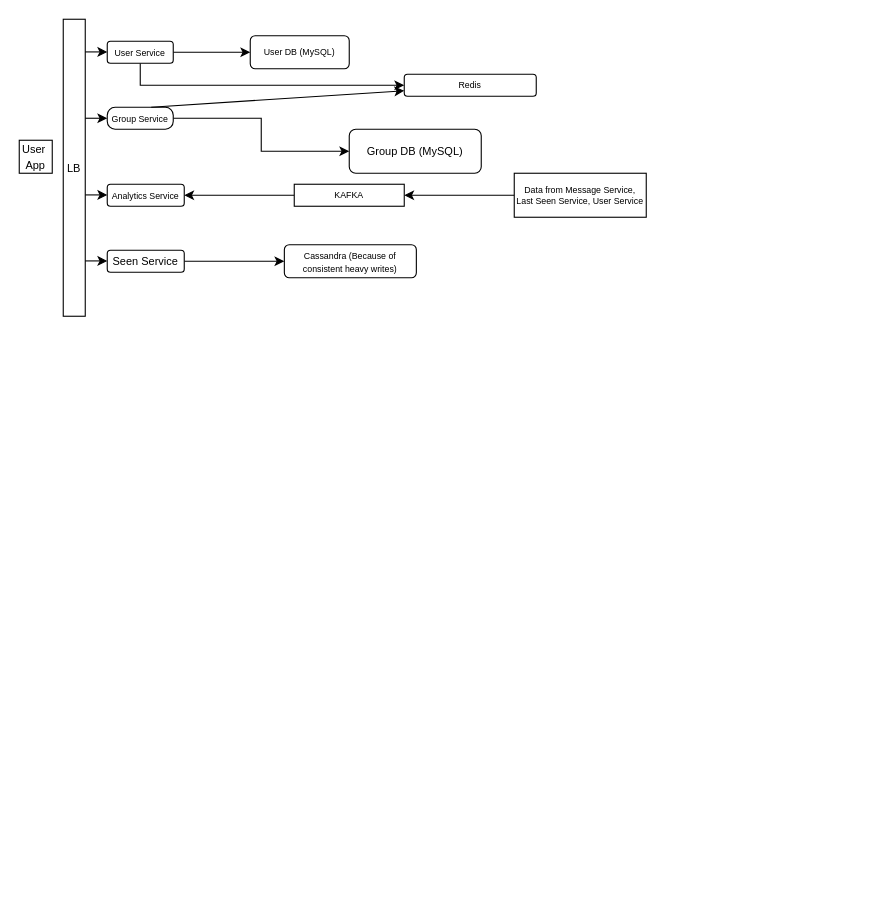
Earlier version of the draw.io diagram chat app.drawio (ItsAnkit/system-design). Source tidied: cells renumbered, new cells numbered last; positions are measured from the earlier drawing's top-left corner, leaving out a move shared by most shapes. Both pictures are drawn from the tidied source at 110%, with x=0, y=0 at pixel (19, 19).
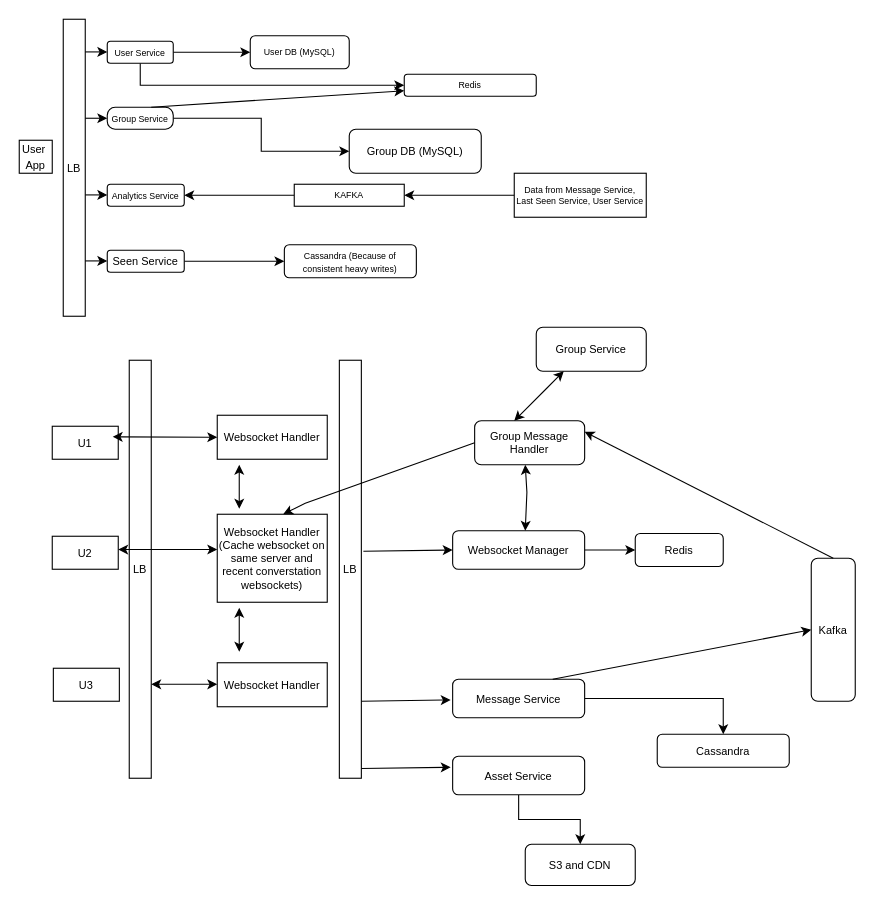
After the change.

Change to the diagram source:
```diff
@@
+    <mxCell id="25" value="&lt;font style=&quot;font-size: 10px&quot;&gt;U1&lt;/font&gt;" style="whiteSpace=wrap;html=1;fontSize=8;" parent="1" vertex="1">
+      <mxGeometry x="30" y="370" width="60" height="30" as="geometry" />
+    </mxCell>
+    <mxCell id="26" value="&lt;font style=&quot;font-size: 10px&quot;&gt;U2&lt;/font&gt;" style="whiteSpace=wrap;html=1;fontSize=8;" parent="1" vertex="1">
+      <mxGeometry x="30" y="470" width="60" height="30" as="geometry" />
+    </mxCell>
+    <mxCell id="27" value="&lt;font style=&quot;font-size: 10px&quot;&gt;U3&lt;/font&gt;" style="whiteSpace=wrap;html=1;fontSize=8;" parent="1" vertex="1">
+      <mxGeometry x="31" y="590" width="60" height="30" as="geometry" />
+    </mxCell>
+    <mxCell id="28" value="&lt;font style=&quot;font-size: 10px&quot;&gt;LB&lt;/font&gt;" style="rounded=0;whiteSpace=wrap;html=1;" parent="1" vertex="1">
+      <mxGeometry x="100" y="310" width="20" height="380" as="geometry" />
+    </mxCell>
+    <mxCell id="29" value="Websocket Handler" style="whiteSpace=wrap;html=1;fontSize=10;" parent="1" vertex="1">
+      <mxGeometry x="180" y="360" width="100" height="40" as="geometry" />
+    </mxCell>
+    <mxCell id="30" style="endArrow=classic;startArrow=classic;html=1;rounded=0;fontSize=10;entryX=0;entryY=0.5;entryDx=0;entryDy=0;" parent="1" edge="1" target="29">
+      <mxGeometry relative="1" as="geometry">
+        <mxPoint x="85" y="379.6" as="sourcePoint" />
+      </mxGeometry>
+    </mxCell>
+    <mxCell id="31" style="endArrow=classic;startArrow=classic;html=1;rounded=0;fontSize=10;entryX=0;entryY=0.401;entryDx=0;entryDy=0;entryPerimeter=0;" parent="1" edge="1" target="33">
+      <mxGeometry relative="1" as="geometry">
+        <mxPoint x="90" y="482.1" as="sourcePoint" />
+        <Array as="points">
+          <mxPoint x="130" y="482.1" />
+        </Array>
+      </mxGeometry>
+    </mxCell>
+    <mxCell id="32" style="endArrow=classic;startArrow=classic;html=1;rounded=0;fontSize=10;" parent="1" edge="1">
+      <mxGeometry relative="1" as="geometry">
+        <mxPoint x="120" y="604.6" as="sourcePoint" />
+        <mxPoint x="180" y="604.6" as="targetPoint" />
+        <Array as="points">
+          <mxPoint x="160" y="604.6" />
+        </Array>
+      </mxGeometry>
+    </mxCell>
+    <mxCell id="33" value="Websocket Handler&lt;br&gt;(Cache websocket on same server and recent converstation websockets)" style="whiteSpace=wrap;html=1;fontSize=10;" parent="1" vertex="1">
+      <mxGeometry x="180" y="450" width="100" height="80" as="geometry" />
+    </mxCell>
+    <mxCell id="34" value="Websocket Handler" style="whiteSpace=wrap;html=1;fontSize=10;" parent="1" vertex="1">
+      <mxGeometry x="180" y="585" width="100" height="40" as="geometry" />
+    </mxCell>
+    <mxCell id="35" value="&lt;font style=&quot;font-size: 10px&quot;&gt;LB&lt;/font&gt;" style="rounded=0;whiteSpace=wrap;html=1;" parent="1" vertex="1">
+      <mxGeometry x="291" y="310" width="20" height="380" as="geometry" />
+    </mxCell>
+    <mxCell id="36" style="edgeStyle=orthogonalEdgeStyle;rounded=0;jettySize=auto;html=1;fontSize=10;" parent="1" edge="1" source="37" target="38">
+      <mxGeometry relative="1" as="geometry" />
+    </mxCell>
+    <mxCell id="37" value="Websocket Manager" style="rounded=1;whiteSpace=wrap;html=1;fontSize=10;" parent="1" vertex="1">
+      <mxGeometry x="394" y="465" width="120" height="35" as="geometry" />
+    </mxCell>
+    <mxCell id="38" value="Redis" style="whiteSpace=wrap;html=1;fontSize=10;rounded=1;" parent="1" vertex="1">
+      <mxGeometry x="560" y="467.5" width="80" height="30" as="geometry" />
+    </mxCell>
+    <mxCell id="39" style="endArrow=classic;html=1;rounded=0;fontSize=10;entryX=0;entryY=0.5;entryDx=0;entryDy=0;exitX=1.092;exitY=0.457;exitDx=0;exitDy=0;exitPerimeter=0;" parent="1" edge="1" source="35" target="37">
+      <mxGeometry relative="1" as="geometry" />
+    </mxCell>
+    <mxCell id="40" style="endArrow=classic;html=1;rounded=0;fontSize=10;entryX=0;entryY=0.5;entryDx=0;entryDy=0;exitX=1.092;exitY=0.457;exitDx=0;exitDy=0;exitPerimeter=0;" parent="1" edge="1">
+      <mxGeometry relative="1" as="geometry">
+        <mxPoint x="311" y="620" as="sourcePoint" />
+        <mxPoint x="392.2" y="618.8" as="targetPoint" />
+      </mxGeometry>
+    </mxCell>
+    <mxCell id="41" style="endArrow=classic;html=1;rounded=0;fontSize=10;entryX=0;entryY=0.5;entryDx=0;entryDy=0;exitX=1.092;exitY=0.457;exitDx=0;exitDy=0;exitPerimeter=0;" parent="1" edge="1">
+      <mxGeometry relative="1" as="geometry">
+        <mxPoint x="311" y="681.2" as="sourcePoint" />
+        <mxPoint x="392.2" y="680" as="targetPoint" />
+      </mxGeometry>
+    </mxCell>
+    <mxCell id="42" style="edgeStyle=orthogonalEdgeStyle;rounded=0;jettySize=auto;html=1;fontSize=10;" parent="1" edge="1" source="43" target="44">
+      <mxGeometry relative="1" as="geometry" />
+    </mxCell>
+    <mxCell id="43" value="Asset Service" style="rounded=1;whiteSpace=wrap;html=1;fontSize=10;" parent="1" vertex="1">
+      <mxGeometry x="394" y="670" width="120" height="35" as="geometry" />
+    </mxCell>
+    <mxCell id="44" value="S3 and CDN" style="whiteSpace=wrap;html=1;fontSize=10;rounded=1;" parent="1" vertex="1">
+      <mxGeometry x="460" y="750" width="100" height="37.5" as="geometry" />
+    </mxCell>
+    <mxCell id="45" style="edgeStyle=orthogonalEdgeStyle;rounded=0;jettySize=auto;html=1;fontSize=10;" parent="1" edge="1" source="46" target="47">
+      <mxGeometry relative="1" as="geometry" />
+    </mxCell>
+    <mxCell id="46" value="Message Service" style="rounded=1;whiteSpace=wrap;html=1;fontSize=10;" parent="1" vertex="1">
+      <mxGeometry x="394" y="600" width="120" height="35" as="geometry" />
+    </mxCell>
+    <mxCell id="47" value="Cassandra" style="whiteSpace=wrap;html=1;fontSize=10;rounded=1;" parent="1" vertex="1">
+      <mxGeometry x="580" y="650" width="120" height="30" as="geometry" />
+    </mxCell>
+    <mxCell id="48" style="endArrow=classic;html=1;rounded=0;fontSize=10;entryX=0;entryY=0.5;entryDx=0;entryDy=0;" parent="1" edge="1" target="49">
+      <mxGeometry relative="1" as="geometry">
+        <mxPoint x="485" y="600" as="sourcePoint" />
+      </mxGeometry>
+    </mxCell>
+    <mxCell id="49" value="Kafka" style="rounded=1;whiteSpace=wrap;html=1;fontSize=10;" parent="1" vertex="1">
+      <mxGeometry x="720" y="490" width="40" height="130" as="geometry" />
+    </mxCell>
+    <mxCell id="50" value="Group Service" style="rounded=1;whiteSpace=wrap;html=1;fontSize=10;" parent="1" vertex="1">
+      <mxGeometry x="470" y="280" width="100" height="40" as="geometry" />
+    </mxCell>
+    <mxCell id="51" value="Group Message Handler" style="rounded=1;whiteSpace=wrap;html=1;fontSize=10;" parent="1" vertex="1">
+      <mxGeometry x="414" y="365" width="100" height="40" as="geometry" />
+    </mxCell>
+    <mxCell id="52" style="endArrow=classic;startArrow=classic;html=1;rounded=0;fontSize=10;entryX=0.25;entryY=1;entryDx=0;entryDy=0;" parent="1" edge="1" target="50">
+      <mxGeometry relative="1" as="geometry">
+        <mxPoint x="450" y="365" as="sourcePoint" />
+        <Array as="points">
+          <mxPoint x="480" y="335" />
+        </Array>
+      </mxGeometry>
+    </mxCell>
+    <mxCell id="53" style="endArrow=classic;startArrow=classic;html=1;rounded=0;fontSize=10;" parent="1" edge="1">
+      <mxGeometry relative="1" as="geometry">
+        <mxPoint x="460" y="465" as="sourcePoint" />
+        <mxPoint x="460" y="405" as="targetPoint" />
+        <Array as="points">
+          <mxPoint x="461.5" y="430" />
+        </Array>
+      </mxGeometry>
+    </mxCell>
+    <mxCell id="54" style="endArrow=classic;html=1;rounded=0;fontSize=10;entryX=1;entryY=0.25;entryDx=0;entryDy=0;exitX=0.5;exitY=0;exitDx=0;exitDy=0;" parent="1" edge="1" source="49" target="51">
+      <mxGeometry relative="1" as="geometry" />
+    </mxCell>
+    <mxCell id="55" style="endArrow=classic;html=1;rounded=0;fontSize=10;entryX=0.6;entryY=0;entryDx=0;entryDy=0;entryPerimeter=0;exitX=0;exitY=0.5;exitDx=0;exitDy=0;" parent="1" edge="1" source="51" target="33">
+      <mxGeometry relative="1" as="geometry">
+        <Array as="points">
+          <mxPoint x="260" y="440" />
+        </Array>
+      </mxGeometry>
+    </mxCell>
+    <mxCell id="56" style="endArrow=classic;startArrow=classic;html=1;rounded=0;fontSize=10;" parent="1" edge="1">
+      <mxGeometry relative="1" as="geometry">
+        <mxPoint x="200" y="445" as="sourcePoint" />
+        <mxPoint x="200" y="405" as="targetPoint" />
+      </mxGeometry>
+    </mxCell>
+    <mxCell id="57" style="endArrow=classic;startArrow=classic;html=1;rounded=0;fontSize=10;" parent="1" edge="1">
+      <mxGeometry relative="1" as="geometry">
+        <mxPoint x="200" y="575" as="sourcePoint" />
+        <mxPoint x="200" y="535" as="targetPoint" />
+      </mxGeometry>
+    </mxCell>
```
